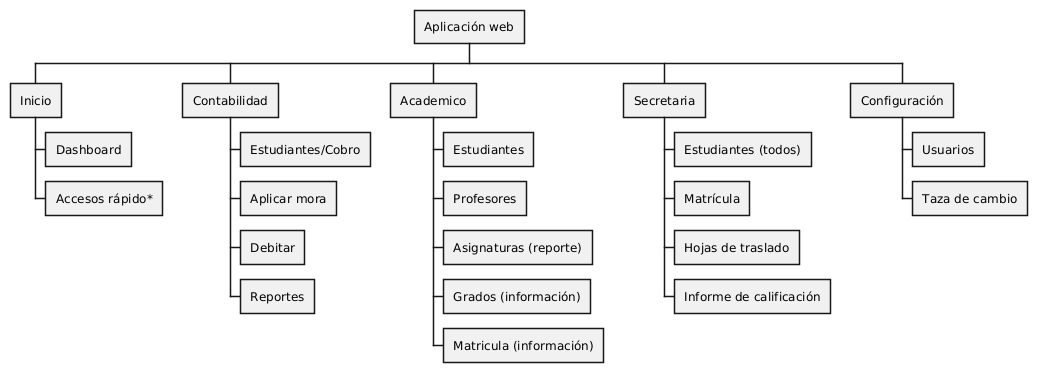
wsmcbl/wsmcbl.doc keeps this PlantUML diagram as out/UseCaseView/Prototype/tree-view.png. Above is the earlier version. The source it was exported from:
```plantuml
@startwbs

* Aplicación web
** Inicio
*** Dashboard
*** Accesos rápido*
** Contabilidad
*** Estudiantes/Cobro
*** Aplicar mora
*** Debitar
*** Reportes
** Academico
*** Estudiantes
*** Profesores
*** Asignaturas (reporte)
*** Grados (información)
*** Matricula (información)
** Secretaria
*** Estudiantes (todos)
*** Matrícula
*** Hojas de traslado
*** Informe de calificación
** Configuración
*** Usuarios
*** Taza de cambio

@endwb
```
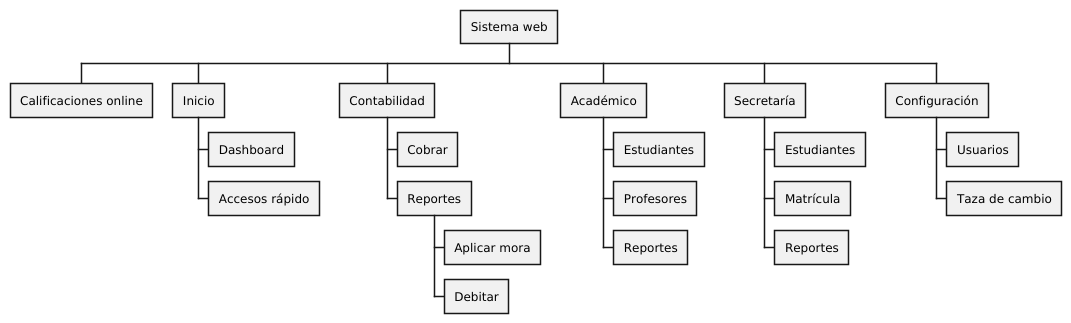
The same diagram one commit later.

Change to the diagram source:
```diff
@@ -1,25 +1,23 @@
 @startwbs
 
-* Aplicación web
+* Sistema web
+** Calificaciones online
 ** Inicio
 *** Dashboard
-*** Accesos rápido*
+*** Accesos rápido
 ** Contabilidad
-*** Estudiantes/Cobro
-*** Aplicar mora
-*** Debitar
+*** Cobrar
 *** Reportes
-** Academico
+**** Aplicar mora
+**** Debitar
+** Académico
 *** Estudiantes
 *** Profesores
-*** Asignaturas (reporte)
-*** Grados (información)
-*** Matricula (información)
-** Secretaria
-*** Estudiantes (todos)
+*** Reportes
+** Secretaría
+*** Estudiantes
 *** Matrícula
-*** Hojas de traslado
-*** Informe de calificación
+*** Reportes
 ** Configuración
 *** Usuarios
 *** Taza de cambio
```
